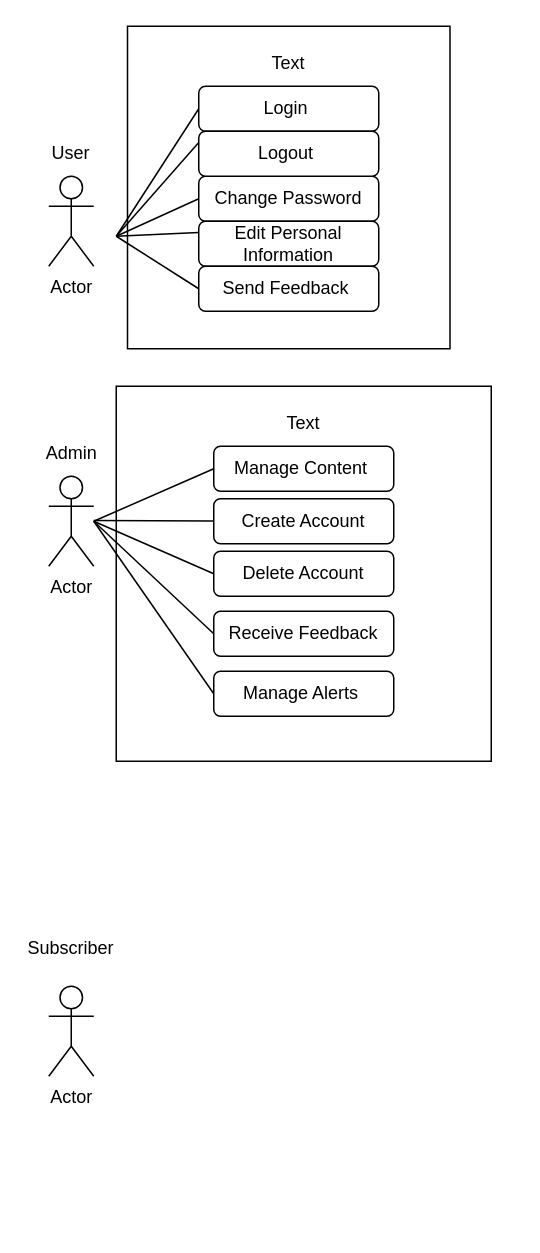
This is Use_Case_Diagram.drawio from JGomez8216/lab-agile-planning, a draw.io file, before an edit. Source tidied: cells renumbered, new cells numbered last; positions are measured from the earlier drawing's top-left corner, leaving out a move shared by most shapes. Both pictures are drawn from the tidied source at 150%, with x=0, y=0 at pixel (26, 26).
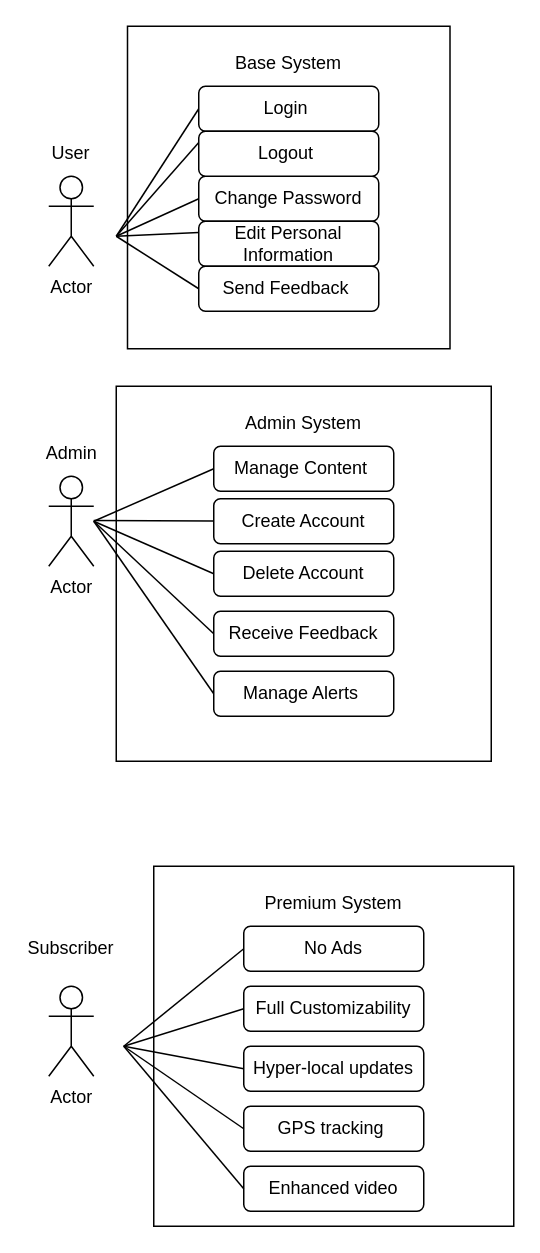
After the change.

Diff of the diagram source:
```diff
@@
-    <mxCell id="29" value="Text" style="text;html=1;align=center;verticalAlign=middle;whiteSpace=wrap;rounded=0;" parent="1" vertex="1">
-      <mxGeometry x="155" y="250" width="60" height="30" as="geometry" />
+    <mxCell id="29" value="Admin System" style="text;html=1;align=center;verticalAlign=middle;whiteSpace=wrap;rounded=0;" parent="1" vertex="1">
+      <mxGeometry x="140" y="250" width="90" height="30" as="geometry" />
     </mxCell>
-    <mxCell id="30" value="Text" style="text;html=1;align=center;verticalAlign=middle;whiteSpace=wrap;rounded=0;" parent="1" vertex="1">
-      <mxGeometry x="145" y="10" width="60" height="30" as="geometry" />
+    <mxCell id="30" value="Base System" style="text;html=1;align=center;verticalAlign=middle;whiteSpace=wrap;rounded=0;" parent="1" vertex="1">
+      <mxGeometry x="135" y="10" width="80" height="30" as="geometry" />
     </mxCell>
@@
+    <mxCell id="32" style="endArrow=none;html=1;rounded=0;entryX=0;entryY=0.5;entryDx=0;entryDy=0;" parent="1" edge="1" target="33">
+      <mxGeometry relative="1" as="geometry">
+        <mxPoint x="65" y="680" as="sourcePoint" />
+      </mxGeometry>
+    </mxCell>
+    <mxCell id="33" value="No Ads" style="rounded=1;whiteSpace=wrap;html=1;" parent="1" vertex="1">
+      <mxGeometry x="145" y="600" width="120" height="30" as="geometry" />
+    </mxCell>
+    <mxCell id="34" value="Full Customizability" style="rounded=1;whiteSpace=wrap;html=1;" parent="1" vertex="1">
+      <mxGeometry x="145" y="640" width="120" height="30" as="geometry" />
+    </mxCell>
+    <mxCell id="35" style="endArrow=none;html=1;rounded=0;entryX=0;entryY=0.5;entryDx=0;entryDy=0;" parent="1" edge="1" target="34">
+      <mxGeometry relative="1" as="geometry">
+        <mxPoint x="65" y="680" as="sourcePoint" />
+      </mxGeometry>
+    </mxCell>
+    <mxCell id="36" value="Hyper-local updates" style="rounded=1;whiteSpace=wrap;html=1;" parent="1" vertex="1">
+      <mxGeometry x="145" y="680" width="120" height="30" as="geometry" />
+    </mxCell>
+    <mxCell id="37" style="endArrow=none;html=1;rounded=0;entryX=0;entryY=0.5;entryDx=0;entryDy=0;" parent="1" edge="1" target="36">
+      <mxGeometry relative="1" as="geometry">
+        <mxPoint x="65" y="680" as="sourcePoint" />
+      </mxGeometry>
+    </mxCell>
+    <mxCell id="38" value="GPS tracking&amp;nbsp;" style="rounded=1;whiteSpace=wrap;html=1;" parent="1" vertex="1">
+      <mxGeometry x="145" y="720" width="120" height="30" as="geometry" />
+    </mxCell>
+    <mxCell id="39" style="endArrow=none;html=1;rounded=0;entryX=0;entryY=0.5;entryDx=0;entryDy=0;" parent="1" edge="1" target="38">
+      <mxGeometry relative="1" as="geometry">
+        <mxPoint x="65" y="680" as="sourcePoint" />
+      </mxGeometry>
+    </mxCell>
+    <mxCell id="40" value="Enhanced video" style="rounded=1;whiteSpace=wrap;html=1;" parent="1" vertex="1">
+      <mxGeometry x="145" y="760" width="120" height="30" as="geometry" />
+    </mxCell>
+    <mxCell id="41" style="endArrow=none;html=1;rounded=0;entryX=0;entryY=0.5;entryDx=0;entryDy=0;" parent="1" edge="1" target="40">
+      <mxGeometry relative="1" as="geometry">
+        <mxPoint x="65" y="680" as="sourcePoint" />
+      </mxGeometry>
+    </mxCell>
+    <mxCell id="42" style="whiteSpace=wrap;html=1;fillColor=none;" parent="1" vertex="1">
+      <mxGeometry x="85" y="560" width="240" height="240" as="geometry" />
+    </mxCell>
+    <mxCell id="43" value="Premium System" style="text;html=1;align=center;verticalAlign=middle;whiteSpace=wrap;rounded=0;" parent="1" vertex="1">
+      <mxGeometry x="150" y="570" width="110" height="30" as="geometry" />
+    </mxCell>
```
